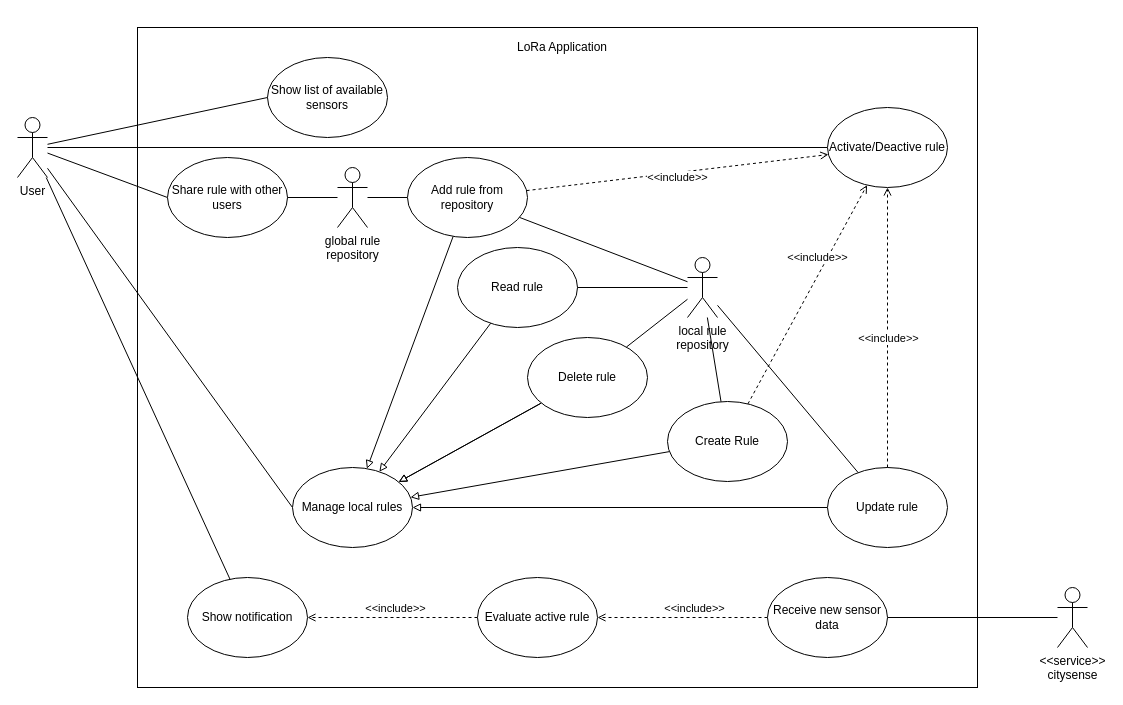
This is UseCases.drawio from frozzenshooter/LoRaParkAppDocumentation, a draw.io file, before an edit. Source tidied: cells renumbered, new cells numbered last; positions are measured from the earlier drawing's top-left corner, leaving out a move shared by most shapes. Both pictures are drawn from the tidied source at 100%, with x=0, y=0 at pixel (17, 27).
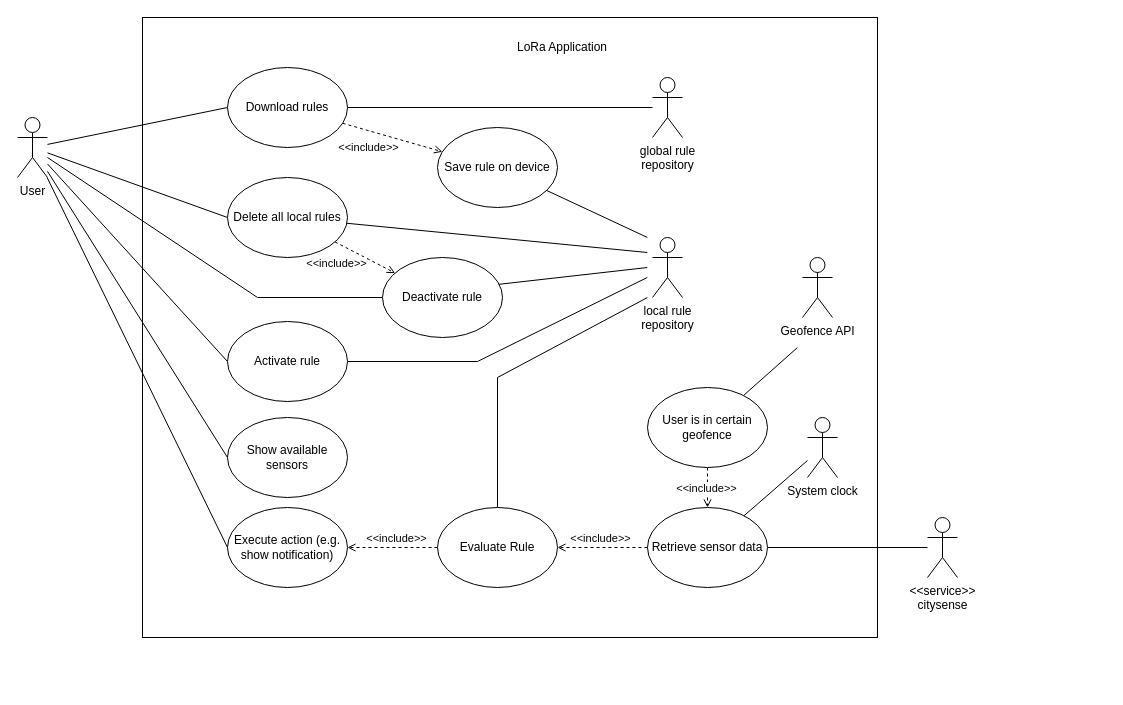
Above is the later version.

Unchanged cells that the change refers to:
```xml
<mxCell id="7" value="User" style="shape=umlActor;verticalLabelPosition=bottom;verticalAlign=top;html=1;" parent="1" vertex="1">
  <mxGeometry y="90" width="30" height="60" as="geometry" />
</mxCell>
<mxCell id="33" style="edgeStyle=none;rounded=0;jettySize=auto;html=1;dashed=1;endArrow=open;endFill=0;" parent="1" edge="1" source="35" target="36">
  <mxGeometry relative="1" as="geometry" />
</mxCell>
```

What changed in the source:
```diff
@@
     <mxCell id="2" style="rounded=0;whiteSpace=wrap;html=1;" parent="1" vertex="1">
-      <mxGeometry x="120" width="840" height="660" as="geometry" />
+      <mxGeometry x="125" y="-10" width="735" height="620" as="geometry" />
     </mxCell>
@@
-    <mxCell id="6" style="edgeStyle=none;rounded=0;jettySize=auto;html=1;endArrow=none;endFill=0;" parent="1" edge="1" source="7" target="36">
+    <mxCell id="6" style="edgeStyle=none;rounded=0;jettySize=auto;html=1;endArrow=none;endFill=0;entryX=0;entryY=0.5;entryDx=0;entryDy=0;" parent="1" edge="1" source="7" target="36">
       <mxGeometry relative="1" as="geometry" />
     </mxCell>
+    <mxCell id="49" style="rounded=0;jettySize=auto;html=1;entryX=0;entryY=0.5;entryDx=0;entryDy=0;endArrow=none;endFill=0;" parent="1" edge="1" source="7" target="59">
+      <mxGeometry relative="1" as="geometry">
+        <Array as="points">
+          <mxPoint x="240" y="270" />
+        </Array>
+      </mxGeometry>
+    </mxCell>
@@
     <mxCell id="9" value="&amp;lt;&amp;lt;service&amp;gt;&amp;gt;&lt;br&gt;citysense" style="shape=umlActor;verticalLabelPosition=bottom;verticalAlign=top;html=1;" parent="1" vertex="1">
-      <mxGeometry x="1040" y="560" width="30" height="60" as="geometry" />
+      <mxGeometry x="910" y="490" width="30" height="60" as="geometry" />
     </mxCell>
@@
-    <mxCell id="11" value="Show list of&amp;nbsp;available sensors" style="ellipse;whiteSpace=wrap;html=1;" parent="1" vertex="1">
-      <mxGeometry x="250" y="30" width="120" height="80" as="geometry" />
+    <mxCell id="11" value="Show available sensors" style="ellipse;whiteSpace=wrap;html=1;" parent="1" vertex="1">
+      <mxGeometry x="210" y="390" width="120" height="80" as="geometry" />
     </mxCell>
@@
+    <mxCell id="50" style="edgeStyle=none;rounded=0;jettySize=auto;html=1;entryX=0;entryY=0.25;entryDx=0;entryDy=0;endArrow=none;endFill=0;" parent="1" edge="1" source="13" target="68">
+      <mxGeometry relative="1" as="geometry" />
+    </mxCell>
+    <mxCell id="51" style="edgeStyle=none;rounded=0;jettySize=auto;html=1;endArrow=open;endFill=0;dashed=1;" parent="1" edge="1" source="13" target="59">
+      <mxGeometry relative="1" as="geometry" />
+    </mxCell>
+    <mxCell id="52" style="edgeLabel;html=1;align=center;verticalAlign=middle;" parent="51" vertex="1">
+      <mxGeometry x="-0.33" y="-1" relative="1" as="geometry" />
+    </mxCell>
+    <mxCell id="53" value="&amp;lt;&amp;lt;include&amp;gt;&amp;gt;" style="edgeLabel;html=1;align=center;verticalAlign=middle;" parent="51" vertex="1">
+      <mxGeometry x="-0.29" y="-4" relative="1" as="geometry">
+        <mxPoint x="-18.4" y="6.3" as="offset" />
+      </mxGeometry>
+    </mxCell>
-    <mxCell id="13" value="Manage local rules" style="ellipse;whiteSpace=wrap;html=1;" parent="1" vertex="1">
-      <mxGeometry x="275" y="440" width="120" height="80" as="geometry" />
+    <mxCell id="13" value="Delete all local rules" style="ellipse;whiteSpace=wrap;html=1;" parent="1" vertex="1">
+      <mxGeometry x="210" y="150" width="120" height="80" as="geometry" />
     </mxCell>
-    <mxCell id="14" style="edgeStyle=none;rounded=0;jettySize=auto;html=1;endArrow=block;endFill=0;" parent="1" edge="1" source="41" target="13">
-      <mxGeometry relative="1" as="geometry" />
-    </mxCell>
-    <mxCell id="15" style="edgeStyle=none;rounded=0;jettySize=auto;html=1;endArrow=block;endFill=0;" parent="1" edge="1" source="16" target="13">
-      <mxGeometry relative="1" as="geometry" />
-    </mxCell>
-    <mxCell id="16" value="Update rule" style="ellipse;whiteSpace=wrap;html=1;" parent="1" vertex="1">
-      <mxGeometry x="810" y="440" width="120" height="80" as="geometry" />
-    </mxCell>
-    <mxCell id="17" style="edgeStyle=none;rounded=0;jettySize=auto;html=1;endArrow=block;endFill=0;" parent="1" edge="1" source="20" target="13">
-      <mxGeometry relative="1" as="geometry" />
-    </mxCell>
-    <mxCell id="18" style="edgeStyle=none;rounded=0;jettySize=auto;html=1;endArrow=open;endFill=0;dashed=1;" parent="1" edge="1" source="20" target="29">
-      <mxGeometry relative="1" as="geometry" />
-    </mxCell>
-    <mxCell id="19" value="&amp;lt;&amp;lt;include&amp;gt;&amp;gt;" style="edgeLabel;html=1;align=center;verticalAlign=middle;" parent="18" vertex="1">
-      <mxGeometry x="0.28" y="2" relative="1" as="geometry">
-        <mxPoint x="-4.7" y="-5.8" as="offset" />
-      </mxGeometry>
-    </mxCell>
-    <mxCell id="20" value="Create Rule" style="ellipse;whiteSpace=wrap;html=1;" parent="1" vertex="1">
-      <mxGeometry x="650" y="374" width="120" height="80" as="geometry" />
-    </mxCell>
-    <mxCell id="21" style="edgeStyle=none;rounded=0;jettySize=auto;html=1;endArrow=block;endFill=0;" parent="1" edge="1" source="41" target="13">
-      <mxGeometry relative="1" as="geometry" />
-    </mxCell>
-    <mxCell id="22" style="edgeStyle=none;rounded=0;jettySize=auto;html=1;dashed=1;endArrow=open;endFill=0;exitX=0.5;exitY=0;exitDx=0;exitDy=0;" parent="1" edge="1" source="16" target="29">
-      <mxGeometry relative="1" as="geometry" />
-    </mxCell>
-    <mxCell id="23" value="&amp;lt;&amp;lt;include&amp;gt;&amp;gt;" style="edgeLabel;html=1;align=center;verticalAlign=middle;" parent="22" vertex="1">
-      <mxGeometry x="-0.33" y="5" relative="1" as="geometry">
-        <mxPoint x="5" y="-36" as="offset" />
-      </mxGeometry>
-    </mxCell>
-    <mxCell id="24" value="Read rule" style="ellipse;whiteSpace=wrap;html=1;" parent="1" vertex="1">
-      <mxGeometry x="440" y="220" width="120" height="80" as="geometry" />
-    </mxCell>
+    <mxCell id="54" style="rounded=0;jettySize=auto;html=1;dashed=1;endArrow=open;endFill=0;" parent="1" edge="1" source="25" target="62">
+      <mxGeometry relative="1" as="geometry" />
+    </mxCell>
+    <mxCell id="55" value="&amp;lt;&amp;lt;include&amp;gt;&amp;gt;" style="edgeLabel;html=1;align=center;verticalAlign=middle;labelBackgroundColor=#ffffff;" parent="54" vertex="1">
+      <mxGeometry x="-0.09" relative="1" as="geometry">
+        <mxPoint x="-20.3" y="11.3" as="offset" />
+      </mxGeometry>
+    </mxCell>
-    <mxCell id="25" value="Share rule with other users" style="ellipse;whiteSpace=wrap;html=1;" parent="1" vertex="1">
-      <mxGeometry x="150" y="130" width="120" height="80" as="geometry" />
+    <mxCell id="25" value="Download rules" style="ellipse;whiteSpace=wrap;html=1;" parent="1" vertex="1">
+      <mxGeometry x="210" y="40" width="120" height="80" as="geometry" />
     </mxCell>
@@
-    <mxCell id="28" value="Receive new sensor data" style="ellipse;whiteSpace=wrap;html=1;" parent="1" vertex="1">
-      <mxGeometry x="750" y="550" width="120" height="80" as="geometry" />
+    <mxCell id="28" value="Retrieve sensor data" style="ellipse;whiteSpace=wrap;html=1;" parent="1" vertex="1">
+      <mxGeometry x="630" y="480" width="120" height="80" as="geometry" />
     </mxCell>
+    <mxCell id="56" style="edgeStyle=none;rounded=0;jettySize=auto;html=1;startArrow=none;startFill=0;endArrow=none;endFill=0;" parent="1" edge="1" source="29" target="68">
+      <mxGeometry relative="1" as="geometry">
+        <Array as="points">
+          <mxPoint x="460" y="334" />
+        </Array>
+      </mxGeometry>
+    </mxCell>
-    <mxCell id="29" value="Activate/Deactive rule" style="ellipse;whiteSpace=wrap;html=1;" parent="1" vertex="1">
-      <mxGeometry x="810" y="80" width="120" height="80" as="geometry" />
+    <mxCell id="29" value="Activate rule" style="ellipse;whiteSpace=wrap;html=1;" parent="1" vertex="1">
+      <mxGeometry x="210" y="294" width="120" height="80" as="geometry" />
     </mxCell>
@@
-    <mxCell id="31" style="edgeStyle=none;rounded=0;jettySize=auto;html=1;endArrow=none;endFill=0;" parent="1" edge="1" source="32" target="40">
-      <mxGeometry relative="1" as="geometry" />
-    </mxCell>
     <mxCell id="32" value="global rule&lt;br&gt;repository" style="shape=umlActor;verticalLabelPosition=bottom;verticalAlign=top;html=1;" parent="1" vertex="1">
-      <mxGeometry x="320" y="140" width="30" height="60" as="geometry" />
+      <mxGeometry x="635" y="50" width="30" height="60" as="geometry" />
     </mxCell>
@@
     <mxCell id="34" value="&amp;lt;&amp;lt;include&amp;gt;&amp;gt;" style="edgeLabel;html=1;align=center;verticalAlign=middle;" parent="33" vertex="1">
       <mxGeometry x="-0.43" y="-2" relative="1" as="geometry">
-        <mxPoint x="-35" y="-8" as="offset" />
+        <mxPoint x="-15.4" y="-8" as="offset" />
       </mxGeometry>
     </mxCell>
+    <mxCell id="57" style="rounded=0;jettySize=auto;html=1;startArrow=none;startFill=0;endArrow=none;endFill=0;entryX=0;entryY=1;entryDx=0;entryDy=0;" parent="1" edge="1" source="35" target="68">
+      <mxGeometry relative="1" as="geometry">
+        <Array as="points">
+          <mxPoint x="480" y="350" />
+        </Array>
+      </mxGeometry>
+    </mxCell>
-    <mxCell id="35" value="Evaluate active rule" style="ellipse;whiteSpace=wrap;html=1;" parent="1" vertex="1">
-      <mxGeometry x="460" y="550" width="120" height="80" as="geometry" />
+    <mxCell id="35" value="Evaluate Rule" style="ellipse;whiteSpace=wrap;html=1;" parent="1" vertex="1">
+      <mxGeometry x="420" y="480" width="120" height="80" as="geometry" />
     </mxCell>
-    <mxCell id="36" value="Show notification" style="ellipse;whiteSpace=wrap;html=1;" parent="1" vertex="1">
-      <mxGeometry x="170" y="550" width="120" height="80" as="geometry" />
+    <mxCell id="36" value="Execute action (e.g. show notification)" style="ellipse;whiteSpace=wrap;html=1;" parent="1" vertex="1">
+      <mxGeometry x="210" y="480" width="120" height="80" as="geometry" />
     </mxCell>
-    <mxCell id="37" style="edgeStyle=none;rounded=0;jettySize=auto;html=1;endArrow=block;endFill=0;" parent="1" edge="1" source="40" target="13">
-      <mxGeometry relative="1" as="geometry" />
-    </mxCell>
-    <mxCell id="38" style="edgeStyle=none;rounded=0;jettySize=auto;html=1;endArrow=open;endFill=0;dashed=1;" parent="1" edge="1" source="40" target="29">
-      <mxGeometry relative="1" as="geometry" />
-    </mxCell>
-    <mxCell id="39" value="&amp;lt;&amp;lt;include&amp;gt;&amp;gt;" style="edgeLabel;html=1;align=center;verticalAlign=middle;" parent="38" vertex="1">
-      <mxGeometry x="0.54" y="3" relative="1" as="geometry">
-        <mxPoint x="-81.1" y="17.6" as="offset" />
-      </mxGeometry>
-    </mxCell>
-    <mxCell id="40" value="Add rule from repository" style="ellipse;whiteSpace=wrap;html=1;" parent="1" vertex="1">
-      <mxGeometry x="390" y="130" width="120" height="80" as="geometry" />
-    </mxCell>
-    <mxCell id="41" value="Delete rule" style="ellipse;whiteSpace=wrap;html=1;" parent="1" vertex="1">
-      <mxGeometry x="510" y="310" width="120" height="80" as="geometry" />
-    </mxCell>
-    <mxCell id="42" style="edgeStyle=none;rounded=0;jettySize=auto;html=1;endArrow=block;endFill=0;" parent="1" edge="1" source="24" target="13">
-      <mxGeometry relative="1" as="geometry" />
-    </mxCell>
-    <mxCell id="43" style="edgeStyle=none;rounded=0;jettySize=auto;html=1;endArrow=none;endFill=0;" parent="1" edge="1" source="48" target="24">
-      <mxGeometry relative="1" as="geometry" />
-    </mxCell>
-    <mxCell id="44" style="edgeStyle=none;rounded=0;jettySize=auto;html=1;endArrow=none;endFill=0;" parent="1" edge="1" source="48" target="41">
-      <mxGeometry relative="1" as="geometry" />
-    </mxCell>
-    <mxCell id="45" style="edgeStyle=none;rounded=0;jettySize=auto;html=1;endArrow=none;endFill=0;" parent="1" edge="1" source="48" target="20">
-      <mxGeometry relative="1" as="geometry" />
-    </mxCell>
-    <mxCell id="46" style="edgeStyle=none;rounded=0;jettySize=auto;html=1;endArrow=none;endFill=0;" parent="1" edge="1" source="48" target="16">
-      <mxGeometry relative="1" as="geometry" />
-    </mxCell>
-    <mxCell id="47" style="edgeStyle=none;rounded=0;jettySize=auto;html=1;endArrow=none;endFill=0;" parent="1" edge="1" source="48" target="40">
-      <mxGeometry relative="1" as="geometry" />
-    </mxCell>
+    <mxCell id="58" style="edgeStyle=none;rounded=0;jettySize=auto;html=1;entryX=0;entryY=0.5;entryDx=0;entryDy=0;endArrow=none;endFill=0;exitX=0;exitY=0.5;exitDx=0;exitDy=0;" parent="1" edge="1" source="59" target="68">
+      <mxGeometry relative="1" as="geometry" />
+    </mxCell>
+    <mxCell id="59" value="Deactivate rule" style="ellipse;whiteSpace=wrap;html=1;" parent="1" vertex="1">
+      <mxGeometry x="365" y="230" width="120" height="80" as="geometry" />
+    </mxCell>
+    <mxCell id="60" style="edgeStyle=none;rounded=0;jettySize=auto;html=1;startArrow=none;startFill=0;endArrow=none;endFill=0;exitX=0;exitY=1;exitDx=0;exitDy=0;" parent="1" edge="1" source="69" target="65">
+      <mxGeometry relative="1" as="geometry" />
+    </mxCell>
+    <mxCell id="61" style="rounded=0;jettySize=auto;html=1;entryX=0;entryY=0;entryDx=0;entryDy=0;endArrow=none;endFill=0;" parent="1" edge="1" source="62" target="68">
+      <mxGeometry relative="1" as="geometry" />
+    </mxCell>
+    <mxCell id="62" value="Save rule on device" style="ellipse;whiteSpace=wrap;html=1;" parent="1" vertex="1">
+      <mxGeometry x="420" y="100" width="120" height="80" as="geometry" />
+    </mxCell>
+    <mxCell id="63" style="edgeStyle=none;rounded=0;jettySize=auto;html=1;startArrow=none;startFill=0;endArrow=open;endFill=0;dashed=1;" parent="1" edge="1" source="65" target="28">
+      <mxGeometry relative="1" as="geometry" />
+    </mxCell>
+    <mxCell id="64" value="&amp;lt;&amp;lt;include&amp;gt;&amp;gt;" style="edgeLabel;html=1;align=center;verticalAlign=middle;" parent="63" vertex="1">
+      <mxGeometry x="0.31" y="-2" relative="1" as="geometry">
+        <mxPoint y="-6" as="offset" />
+      </mxGeometry>
+    </mxCell>
+    <mxCell id="65" value="User is in certain geofence" style="ellipse;whiteSpace=wrap;html=1;" parent="1" vertex="1">
+      <mxGeometry x="630" y="360" width="120" height="80" as="geometry" />
+    </mxCell>
+    <mxCell id="66" style="edgeStyle=none;rounded=0;jettySize=auto;html=1;startArrow=none;startFill=0;endArrow=none;endFill=0;" parent="1" edge="1" source="67" target="28">
+      <mxGeometry relative="1" as="geometry" />
+    </mxCell>
+    <mxCell id="67" value="System clock" style="shape=umlActor;verticalLabelPosition=bottom;verticalAlign=top;html=1;" parent="1" vertex="1">
+      <mxGeometry x="790" y="390" width="30" height="60" as="geometry" />
+    </mxCell>
+    <mxCell id="68" style="rounded=0;whiteSpace=wrap;html=1;labelBackgroundColor=#ffffff;strokeColor=none;" parent="1" vertex="1">
+      <mxGeometry x="630" y="210" width="40" height="60" as="geometry" />
+    </mxCell>
     <mxCell id="48" value="local rule&lt;br&gt;repository" style="shape=umlActor;verticalLabelPosition=bottom;verticalAlign=top;html=1;" parent="1" vertex="1">
-      <mxGeometry x="670" y="230" width="30" height="60" as="geometry" />
+      <mxGeometry x="635" y="210" width="30" height="60" as="geometry" />
     </mxCell>
+    <mxCell id="69" style="rounded=0;whiteSpace=wrap;html=1;labelBackgroundColor=#ffffff;strokeColor=none;" parent="1" vertex="1">
+      <mxGeometry x="780" y="220" width="40" height="100" as="geometry" />
+    </mxCell>
+    <mxCell id="70" value="Geofence API" style="shape=umlActor;verticalLabelPosition=bottom;verticalAlign=top;html=1;" parent="1" vertex="1">
+      <mxGeometry x="785" y="230" width="30" height="60" as="geometry" />
+    </mxCell>
```
